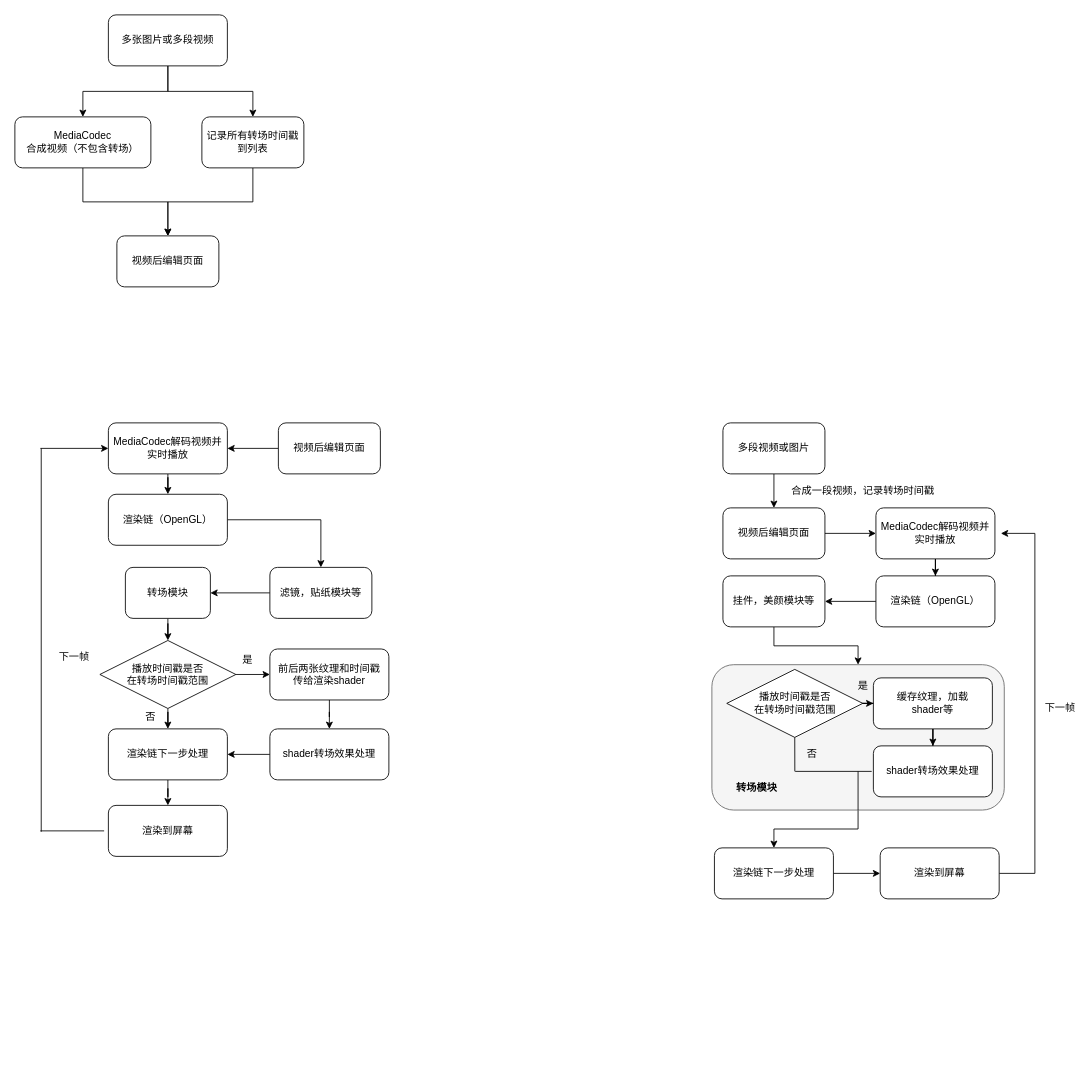
Before: page "转场2" (2 of 3) of t3.drawio in wind1096471134/Brainstorming, a draw.io diagram. Source tidied: cells renumbered, new cells numbered last; positions are measured from the earlier drawing's top-left corner, leaving out a move shared by most shapes. Both pictures are drawn from the tidied source at 85%, with x=0, y=0 at pixel (14, 14).
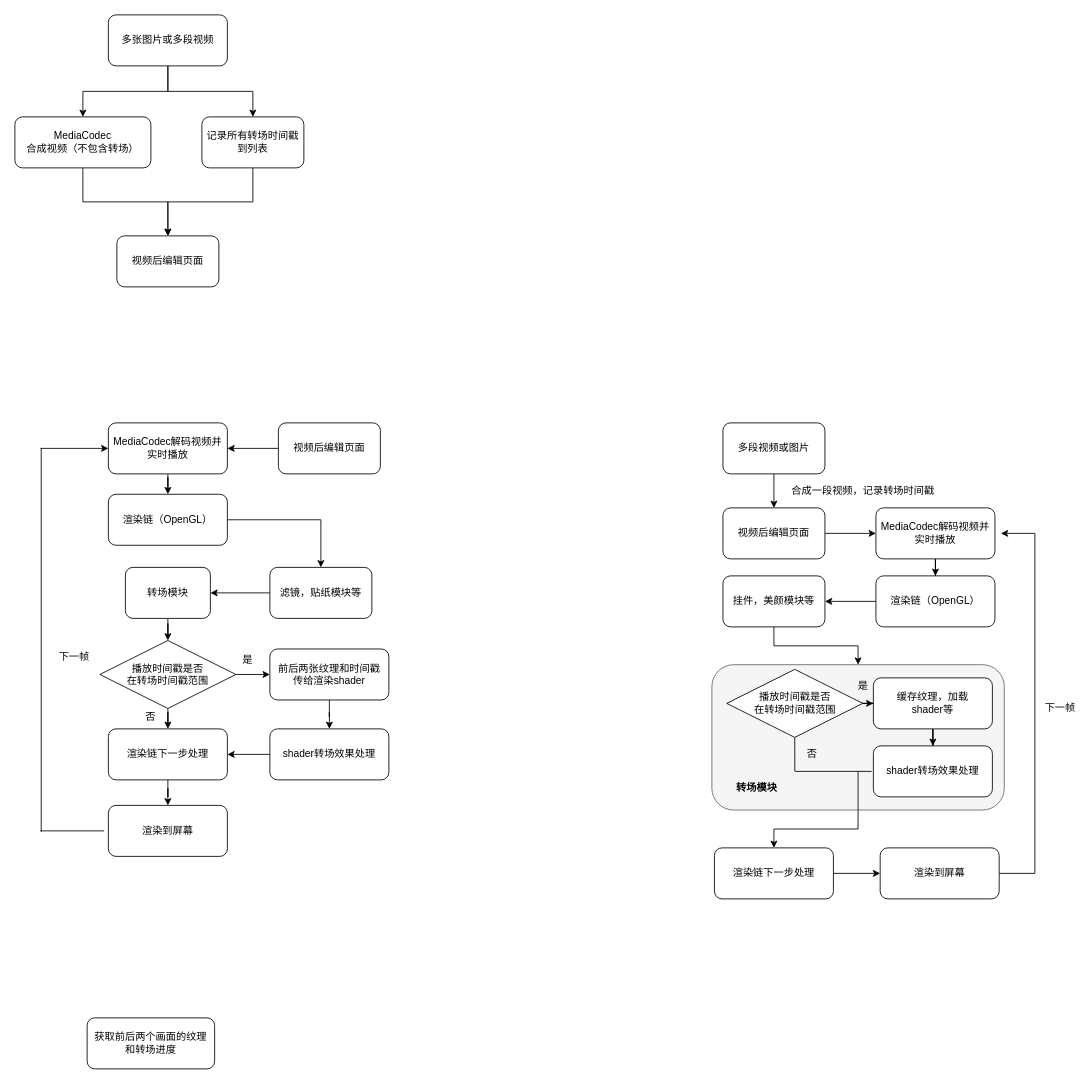
The same diagram, later.

What changed in the source:
```diff
@@
+    <mxCell id="68" value="获取前后两个画面的纹理&lt;br&gt;和转场进度" style="rounded=1;whiteSpace=wrap;html=1;" parent="1" vertex="1">
+      <mxGeometry x="85" y="1180" width="150" height="60" as="geometry" />
+    </mxCell>
```
